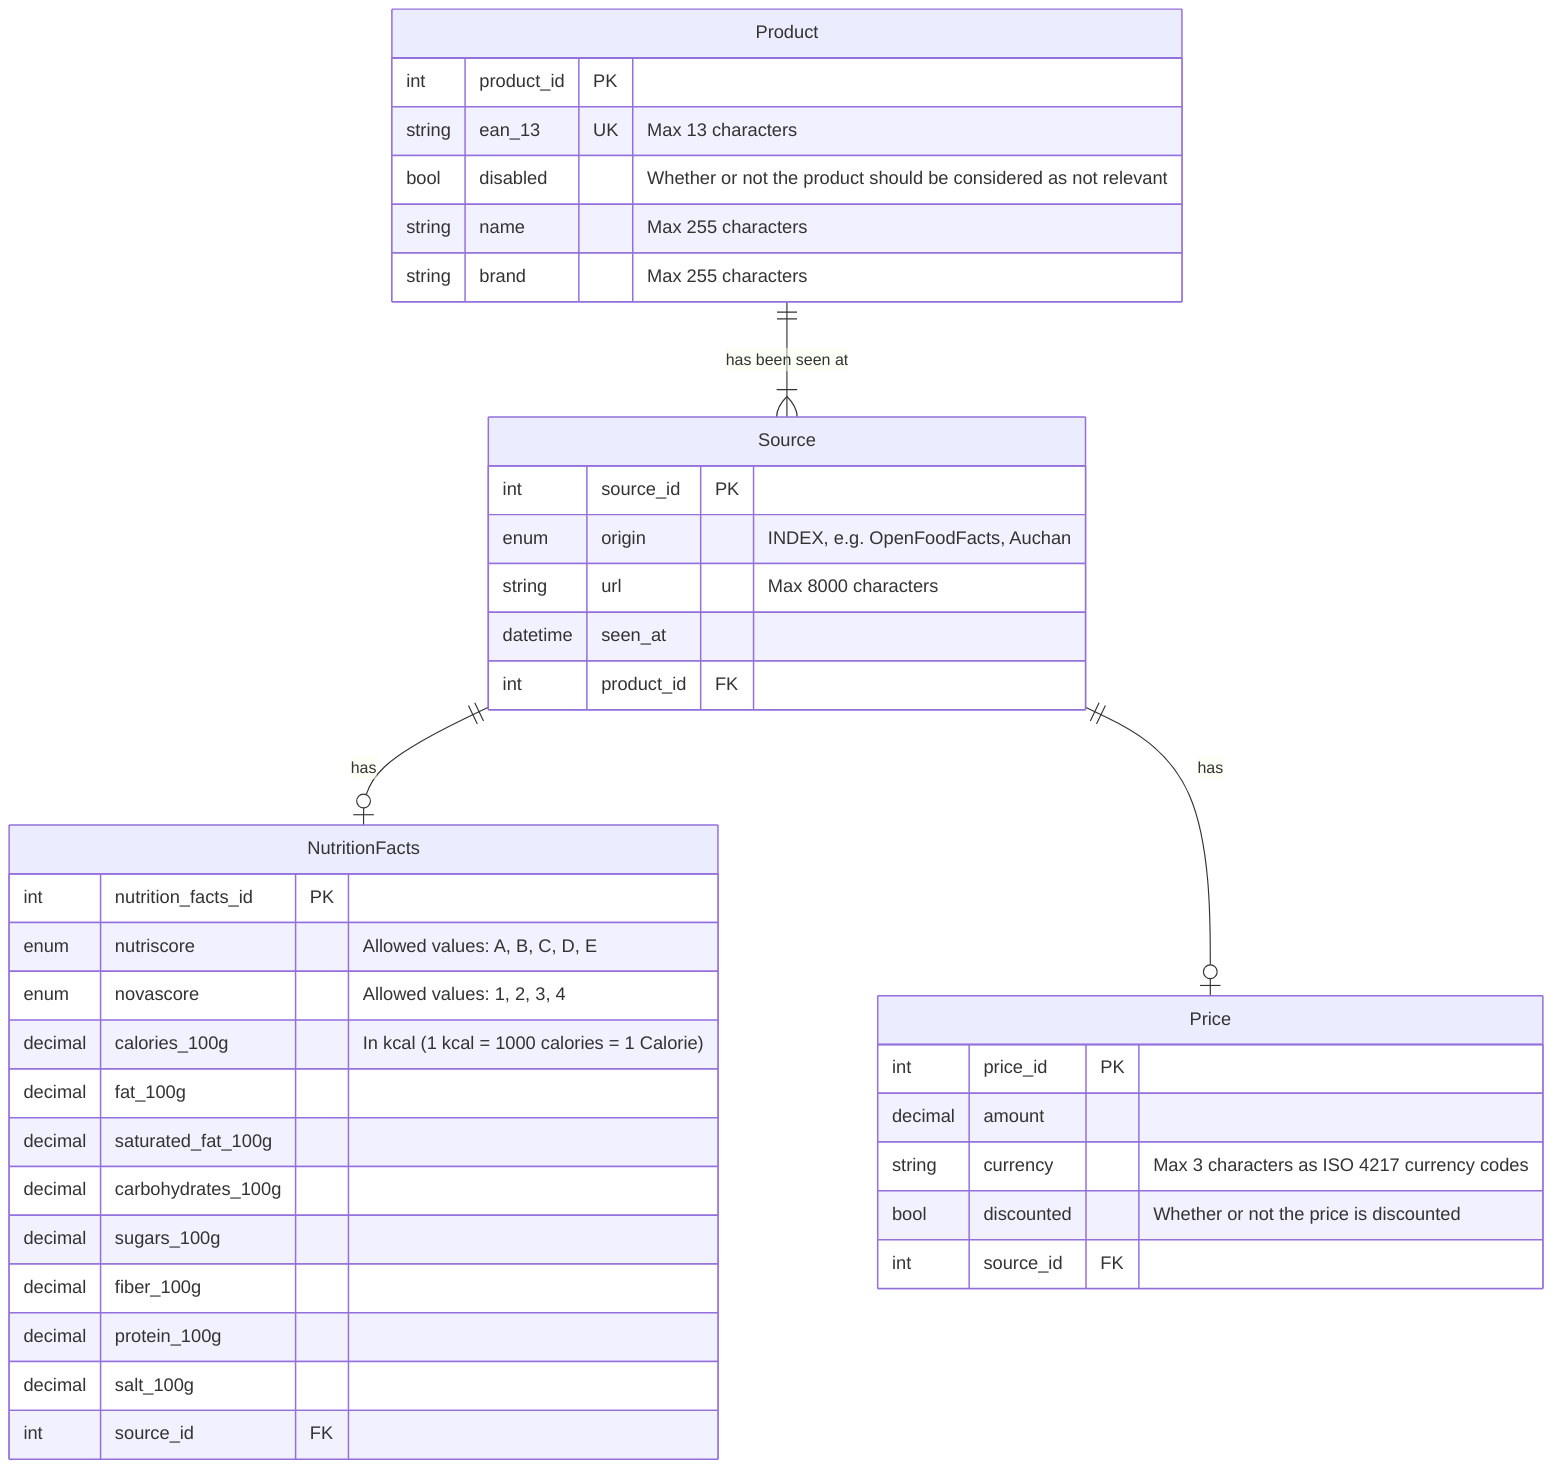
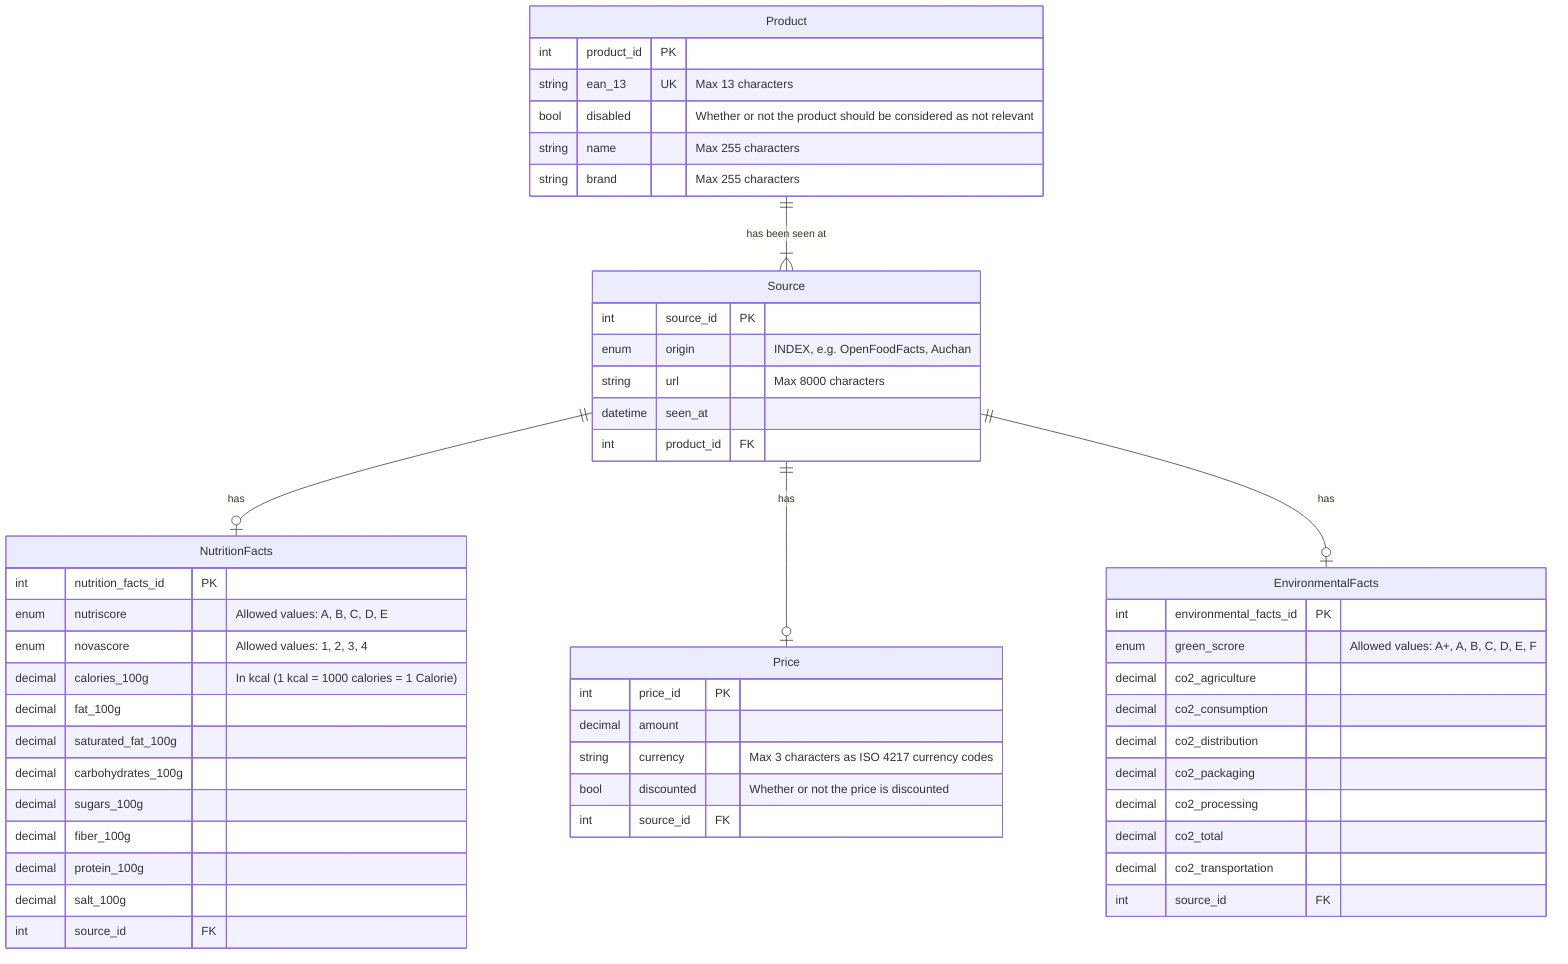
erDiagram
    Product {
        int product_id PK

        string ean_13 UK "Max 13 characters"
        bool disabled "Whether or not the product should be considered as not relevant"

        string name "Max 255 characters"
        string brand "Max 255 characters"
    }

    Source {
        int source_id PK

        enum origin "INDEX, e.g. OpenFoodFacts, Auchan"
        string url "Max 8000 characters"
        datetime seen_at

        int product_id FK
    }

    NutritionFacts {
        int nutrition_facts_id PK

        enum nutriscore "Allowed values: A, B, C, D, E"
        enum novascore "Allowed values: 1, 2, 3, 4"

        decimal calories_100g "In kcal (1 kcal = 1000 calories = 1 Calorie)"

        decimal fat_100g
        decimal saturated_fat_100g
        decimal carbohydrates_100g
        decimal sugars_100g
        decimal fiber_100g
        decimal protein_100g
        decimal salt_100g

        int source_id FK
    }

    Price {
        int price_id PK

        decimal amount
        string currency "Max 3 characters as ISO 4217 currency codes"
        bool discounted "Whether or not the price is discounted"

        int source_id FK
    }

+     EnvironmentalFacts {
+         int environmental_facts_id PK
+ 
+         enum green_scrore "Allowed values: A+, A, B, C, D, E, F"
+ 
+         decimal co2_agriculture
+         decimal co2_consumption
+         decimal co2_distribution
+         decimal co2_packaging
+         decimal co2_processing
+         decimal co2_total
+         decimal co2_transportation
+ 
+         int source_id FK
+     }
+ 
    Product 1--1+ Source : "has been seen at"

    Source 1--one or zero NutritionFacts : "has"
    Source 1--one or zero Price : "has"
+     Source 1--one or zero EnvironmentalFacts : "has"
